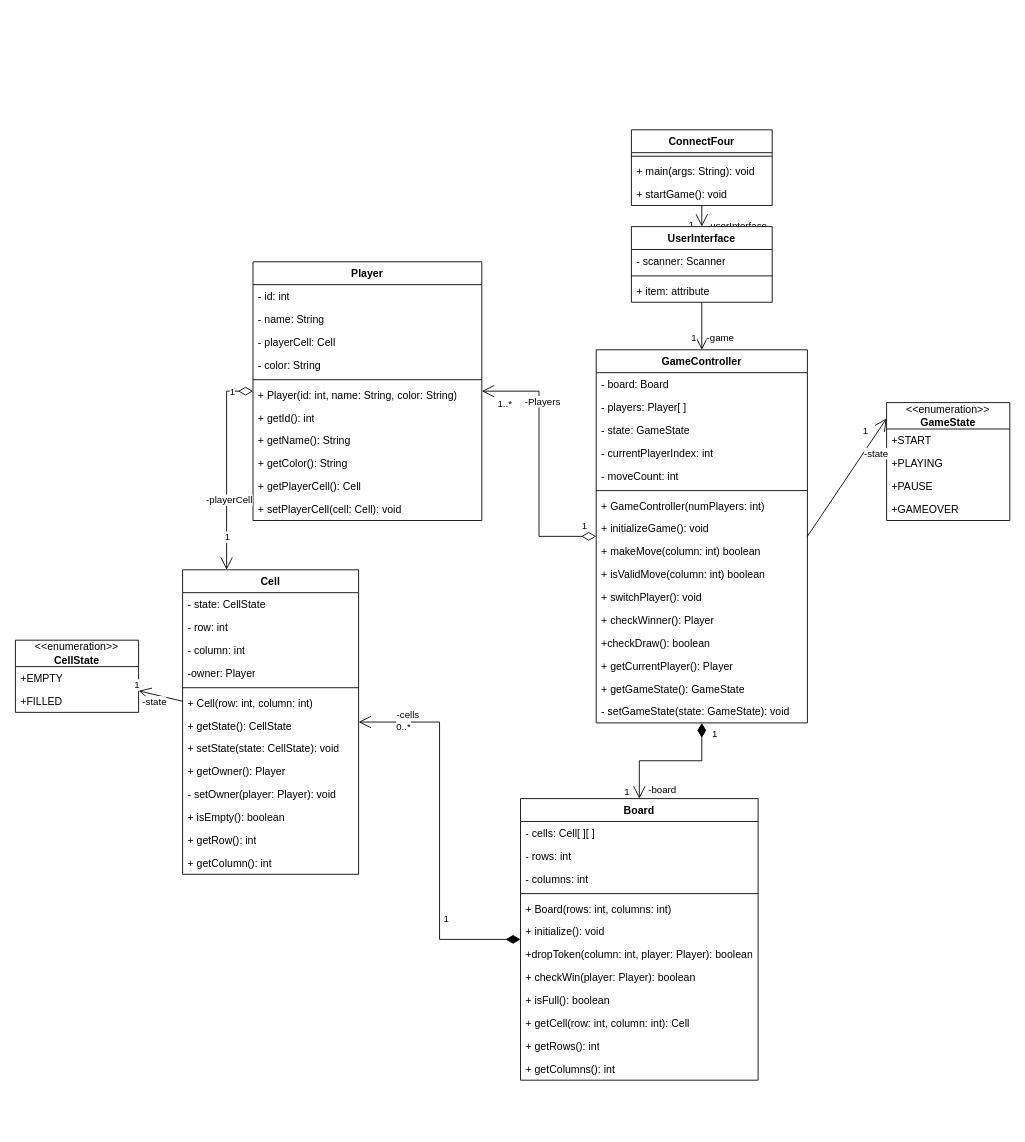
Before: ClassDiagram.drawio in rootofpower/konceptmodel, a draw.io diagram. Source tidied: cells renumbered, new cells numbered last; positions are measured from the earlier drawing's top-left corner, leaving out a move shared by most shapes. Both pictures are drawn from the tidied source at 88%, with x=0, y=0 at pixel (15, 129).
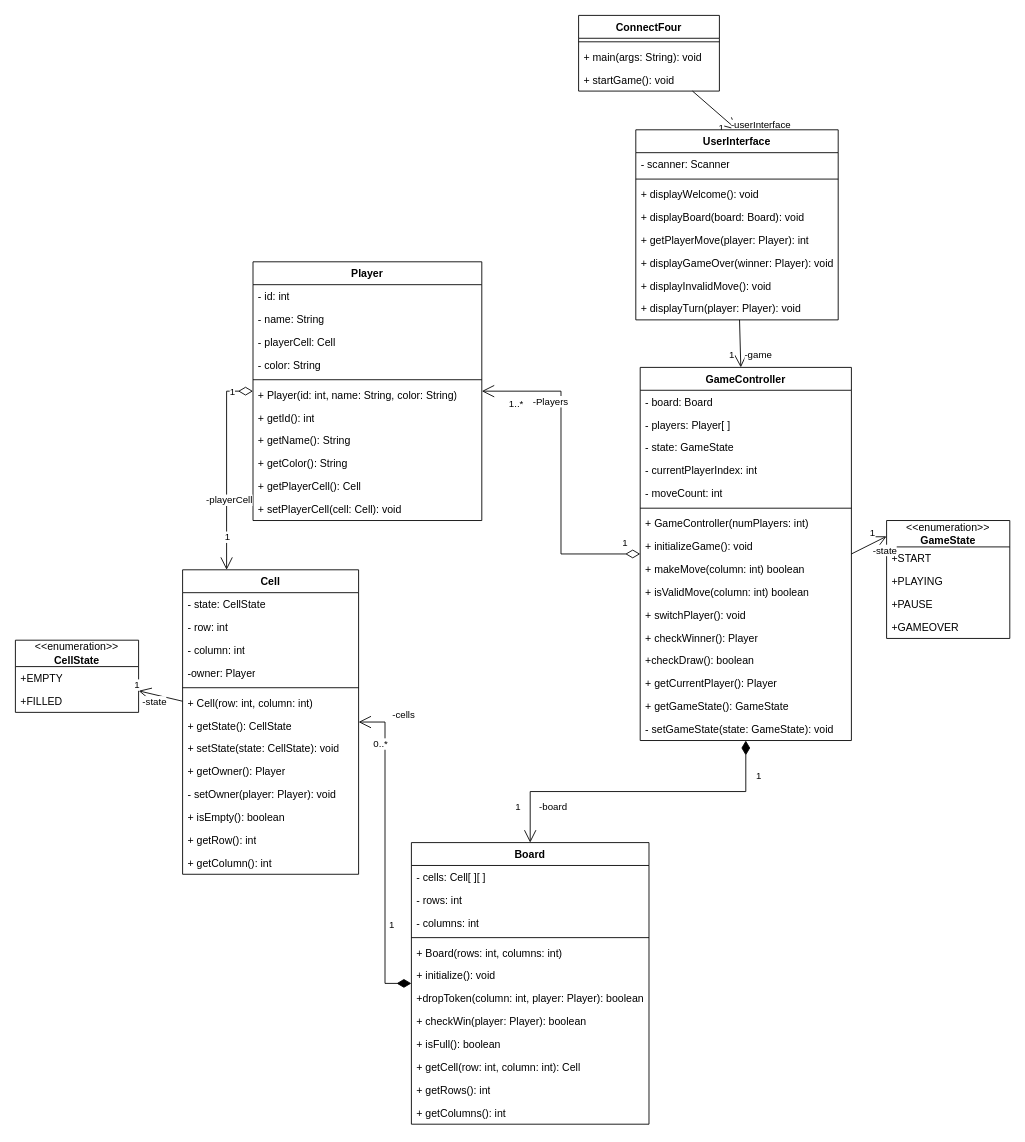
The same page after the edit.

Change to the diagram source:
```diff
@@
     <mxCell id="2" value="ConnectFour" style="swimlane;fontStyle=1;align=center;verticalAlign=top;horizontal=1;startSize=26;whiteSpace=wrap;html=1;" parent="1" vertex="1">
-      <mxGeometry x="700" width="160" height="86" as="geometry" />
+      <mxGeometry x="640" y="-130" width="160" height="86" as="geometry" />
     </mxCell>
@@
     <mxCell id="9" value="UserInterface" style="swimlane;fontStyle=1;align=center;verticalAlign=top;horizontal=1;startSize=26;whiteSpace=wrap;html=1;" parent="1" vertex="1">
-      <mxGeometry x="700" y="110" width="160" height="86" as="geometry" />
+      <mxGeometry x="705" width="230" height="216" as="geometry" />
     </mxCell>
     <mxCell id="10" value="- scanner: Scanner" style="text;strokeColor=none;fillColor=none;align=left;verticalAlign=top;spacingLeft=4;spacingRight=4;overflow=hidden;whiteSpace=wrap;html=1;" parent="9" vertex="1">
-      <mxGeometry y="26" width="160" height="26" as="geometry" />
+      <mxGeometry y="26" width="230" height="26" as="geometry" />
     </mxCell>
     <mxCell id="11" style="line;strokeWidth=1;fillColor=none;align=left;verticalAlign=middle;spacingTop=-1;spacingLeft=3;spacingRight=3;labelPosition=right;strokeColor=inherit;" parent="9" vertex="1">
-      <mxGeometry y="52" width="160" height="8" as="geometry" />
+      <mxGeometry y="52" width="230" height="8" as="geometry" />
     </mxCell>
-    <mxCell id="12" value="+ item: attribute" style="text;strokeColor=none;fillColor=none;align=left;verticalAlign=top;spacingLeft=4;spacingRight=4;overflow=hidden;whiteSpace=wrap;html=1;" parent="9" vertex="1">
-      <mxGeometry y="60" width="160" height="26" as="geometry" />
+    <mxCell id="12" value="+ displayWelcome(): void" style="text;strokeColor=none;fillColor=none;align=left;verticalAlign=top;spacingLeft=4;spacingRight=4;overflow=hidden;whiteSpace=wrap;html=1;" parent="9" vertex="1">
+      <mxGeometry y="60" width="230" height="26" as="geometry" />
     </mxCell>
+    <mxCell id="98" value="+ displayBoard(board: Board): void" style="text;strokeColor=none;fillColor=none;align=left;verticalAlign=top;spacingLeft=4;spacingRight=4;overflow=hidden;whiteSpace=wrap;html=1;" parent="9" vertex="1">
+      <mxGeometry y="86" width="230" height="26" as="geometry" />
+    </mxCell>
+    <mxCell id="99" value="+ getPlayerMove(player: Player): int" style="text;strokeColor=none;fillColor=none;align=left;verticalAlign=top;spacingLeft=4;spacingRight=4;overflow=hidden;whiteSpace=wrap;html=1;" parent="9" vertex="1">
+      <mxGeometry y="112" width="230" height="26" as="geometry" />
+    </mxCell>
+    <mxCell id="100" value="+ displayGameOver(winner: Player): void" style="text;strokeColor=none;fillColor=none;align=left;verticalAlign=top;spacingLeft=4;spacingRight=4;overflow=hidden;whiteSpace=wrap;html=1;" parent="9" vertex="1">
+      <mxGeometry y="138" width="230" height="26" as="geometry" />
+    </mxCell>
+    <mxCell id="101" value="+ displayInvalidMove(): void" style="text;strokeColor=none;fillColor=none;align=left;verticalAlign=top;spacingLeft=4;spacingRight=4;overflow=hidden;whiteSpace=wrap;html=1;" parent="9" vertex="1">
+      <mxGeometry y="164" width="230" height="26" as="geometry" />
+    </mxCell>
+    <mxCell id="102" value="+ displayTurn(player: Player): void" style="text;strokeColor=none;fillColor=none;align=left;verticalAlign=top;spacingLeft=4;spacingRight=4;overflow=hidden;whiteSpace=wrap;html=1;" parent="9" vertex="1">
+      <mxGeometry y="190" width="230" height="26" as="geometry" />
+    </mxCell>
     <mxCell id="13" value="GameController" style="swimlane;fontStyle=1;align=center;verticalAlign=top;horizontal=1;startSize=26;whiteSpace=wrap;html=1;" parent="1" vertex="1">
-      <mxGeometry x="660" y="250" width="240" height="424" as="geometry" />
+      <mxGeometry x="710" y="270" width="240" height="424" as="geometry" />
     </mxCell>
@@
     <mxCell id="33" value="Board" style="swimlane;fontStyle=1;align=center;verticalAlign=top;horizontal=1;startSize=26;whiteSpace=wrap;html=1;" parent="1" vertex="1">
-      <mxGeometry x="574" y="760" width="270" height="320" as="geometry" />
+      <mxGeometry x="450" y="810" width="270" height="320" as="geometry" />
     </mxCell>
@@
     <mxCell id="58" value="&amp;lt;&amp;lt;enumeration&amp;gt;&amp;gt;&lt;br&gt;&lt;b&gt;GameState&lt;/b&gt;" style="swimlane;fontStyle=0;horizontal=1;startSize=30;fillColor=none;whiteSpace=wrap;html=1;" parent="1" vertex="1">
-      <mxGeometry x="990" y="310" width="140" height="134" as="geometry" />
+      <mxGeometry x="990" y="444" width="140" height="134" as="geometry" />
     </mxCell>
```
